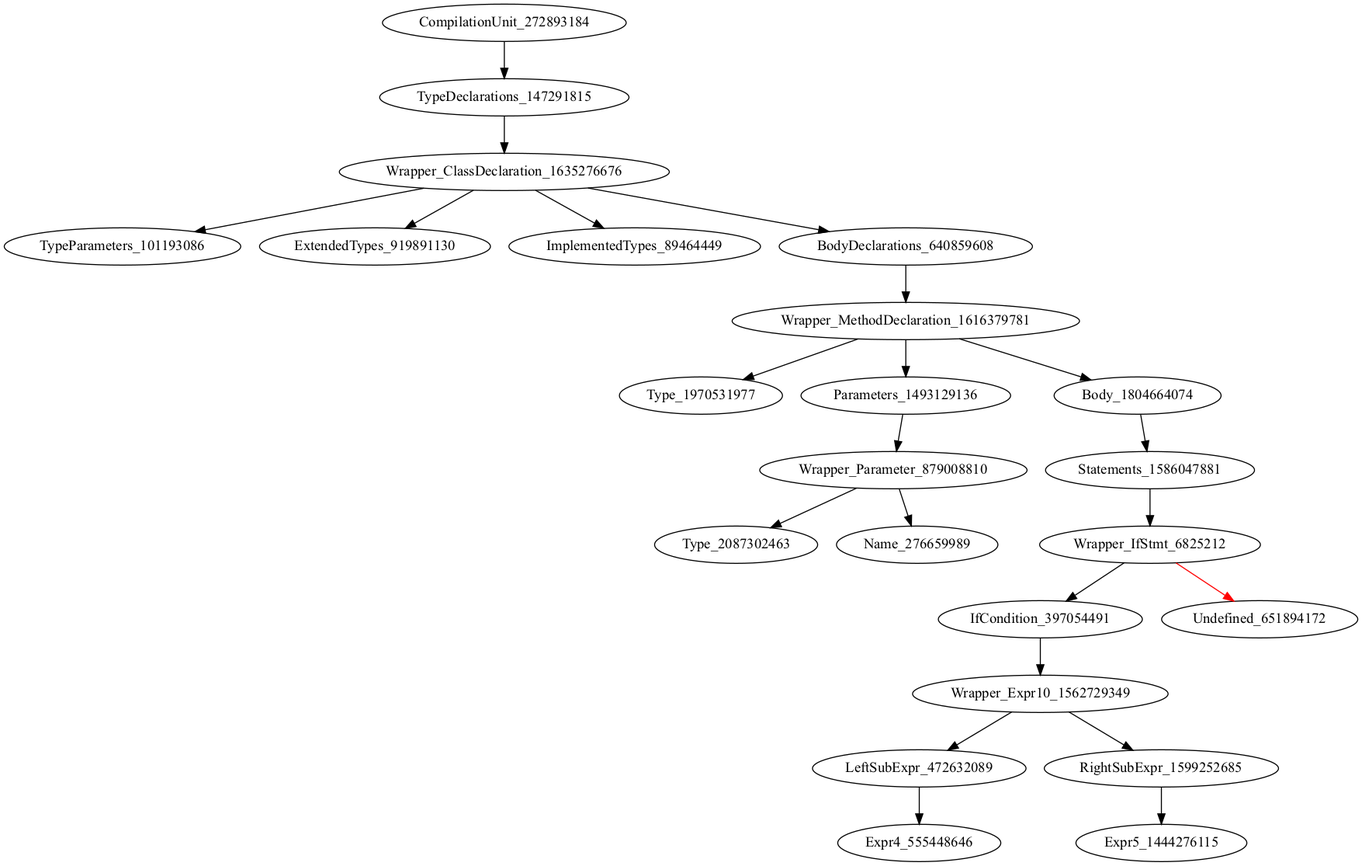
icse2023material/VoiceJava keeps this Graphviz diagram as holeAST.png. Above is the earlier version. Its source is kept beside it as holeAST.dot. The source it was exported from:
```dot
digraph {
CompilationUnit_272893184 -> TypeDeclarations_147291815
TypeDeclarations_147291815 -> Wrapper_ClassDeclaration_1635276676
Wrapper_ClassDeclaration_1635276676 -> TypeParameters_101193086
Wrapper_ClassDeclaration_1635276676 -> ExtendedTypes_919891130
Wrapper_ClassDeclaration_1635276676 -> ImplementedTypes_89464449
Wrapper_ClassDeclaration_1635276676 -> BodyDeclarations_640859608
BodyDeclarations_640859608 -> Wrapper_MethodDeclaration_1616379781
Wrapper_MethodDeclaration_1616379781 -> Type_1970531977
Wrapper_MethodDeclaration_1616379781 -> Parameters_1493129136
Wrapper_MethodDeclaration_1616379781 -> Body_1804664074
Parameters_1493129136 -> Wrapper_Parameter_879008810
Body_1804664074 -> Statements_1586047881
Wrapper_Parameter_879008810 -> Type_2087302463
Wrapper_Parameter_879008810 -> Name_276659989
Statements_1586047881 -> Wrapper_IfStmt_6825212
Wrapper_IfStmt_6825212 -> IfCondition_397054491
Wrapper_IfStmt_6825212 -> Undefined_651894172 [color = red]
IfCondition_397054491 -> Wrapper_Expr10_1562729349
Wrapper_Expr10_1562729349 -> LeftSubExpr_472632089
Wrapper_Expr10_1562729349 -> RightSubExpr_1599252685
LeftSubExpr_472632089 -> Expr4_555448646
RightSubExpr_1599252685 -> Expr5_1444276115
}
```
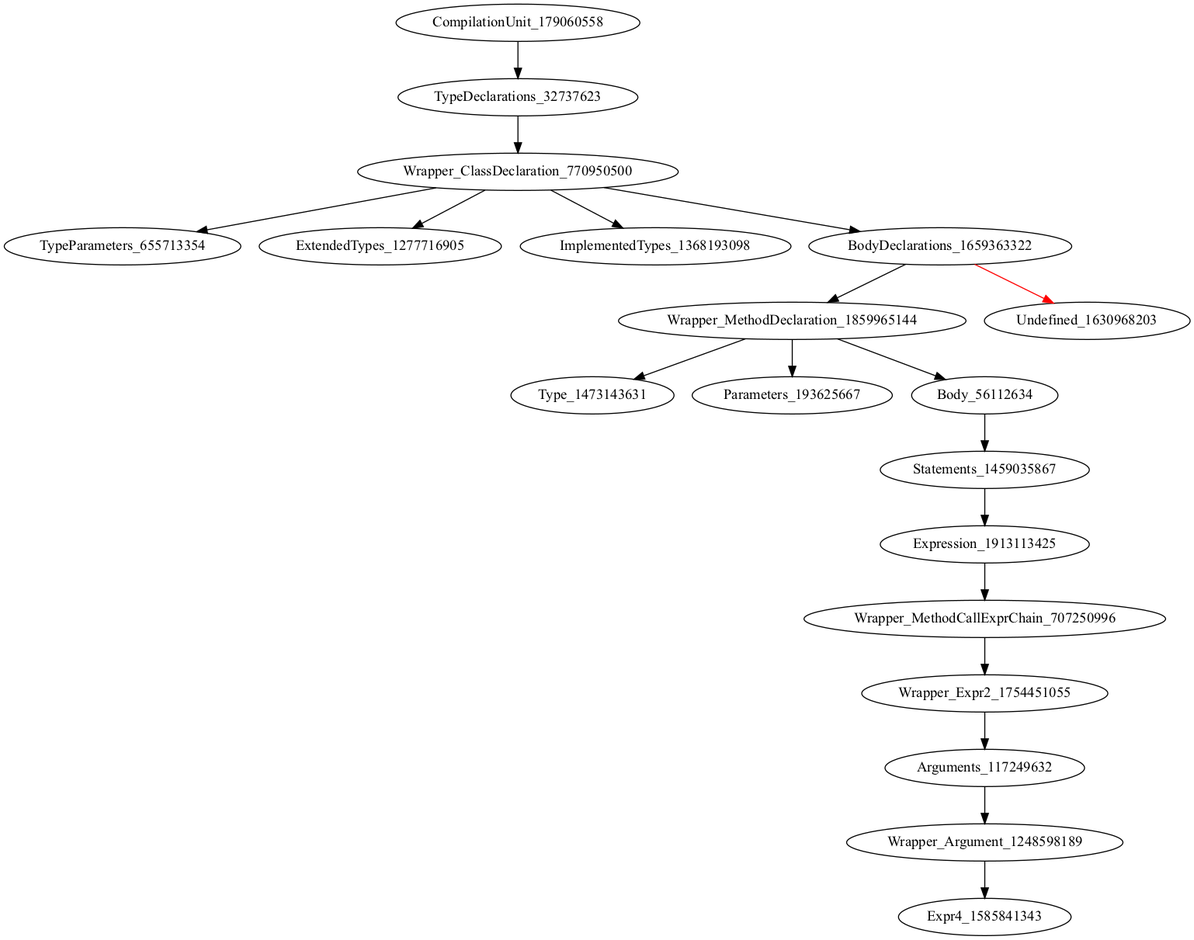
The same diagram one commit later.

Commit message:
[fix] concat names for variable expr4

Diff of the diagram source:
```diff
@@ -1,24 +1,20 @@
 digraph {
-CompilationUnit_272893184 -> TypeDeclarations_147291815
-TypeDeclarations_147291815 -> Wrapper_ClassDeclaration_1635276676
-Wrapper_ClassDeclaration_1635276676 -> TypeParameters_101193086
-Wrapper_ClassDeclaration_1635276676 -> ExtendedTypes_919891130
-Wrapper_ClassDeclaration_1635276676 -> ImplementedTypes_89464449
-Wrapper_ClassDeclaration_1635276676 -> BodyDeclarations_640859608
-BodyDeclarations_640859608 -> Wrapper_MethodDeclaration_1616379781
-Wrapper_MethodDeclaration_1616379781 -> Type_1970531977
-Wrapper_MethodDeclaration_1616379781 -> Parameters_1493129136
-Wrapper_MethodDeclaration_1616379781 -> Body_1804664074
-Parameters_1493129136 -> Wrapper_Parameter_879008810
-Body_1804664074 -> Statements_1586047881
-Wrapper_Parameter_879008810 -> Type_2087302463
-Wrapper_Parameter_879008810 -> Name_276659989
-Statements_1586047881 -> Wrapper_IfStmt_6825212
-Wrapper_IfStmt_6825212 -> IfCondition_397054491
-Wrapper_IfStmt_6825212 -> Undefined_651894172 [color = red]
-IfCondition_397054491 -> Wrapper_Expr10_1562729349
-Wrapper_Expr10_1562729349 -> LeftSubExpr_472632089
-Wrapper_Expr10_1562729349 -> RightSubExpr_1599252685
-LeftSubExpr_472632089 -> Expr4_555448646
-RightSubExpr_1599252685 -> Expr5_1444276115
+CompilationUnit_179060558 -> TypeDeclarations_32737623
+TypeDeclarations_32737623 -> Wrapper_ClassDeclaration_770950500
+Wrapper_ClassDeclaration_770950500 -> TypeParameters_655713354
+Wrapper_ClassDeclaration_770950500 -> ExtendedTypes_1277716905
+Wrapper_ClassDeclaration_770950500 -> ImplementedTypes_1368193098
+Wrapper_ClassDeclaration_770950500 -> BodyDeclarations_1659363322
+BodyDeclarations_1659363322 -> Wrapper_MethodDeclaration_1859965144
+BodyDeclarations_1659363322 -> Undefined_1630968203 [color = red]
+Wrapper_MethodDeclaration_1859965144 -> Type_1473143631
+Wrapper_MethodDeclaration_1859965144 -> Parameters_193625667
+Wrapper_MethodDeclaration_1859965144 -> Body_56112634
+Body_56112634 -> Statements_1459035867
+Statements_1459035867 -> Expression_1913113425
+Expression_1913113425 -> Wrapper_MethodCallExprChain_707250996
+Wrapper_MethodCallExprChain_707250996 -> Wrapper_Expr2_1754451055
+Wrapper_Expr2_1754451055 -> Arguments_117249632
+Arguments_117249632 -> Wrapper_Argument_1248598189
+Wrapper_Argument_1248598189 -> Expr4_1585841343
 }
```
